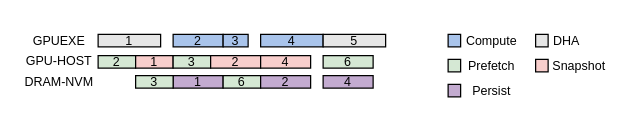
Before: fig/pipeline3.drawio in icszhr/NCheck, a draw.io diagram. Source tidied: cells renumbered, new cells numbered last; positions are measured from the earlier drawing's top-left corner, leaving out a move shared by most shapes. Both pictures are drawn from the tidied source at 125%, with x=0, y=0 at pixel (21, 34).
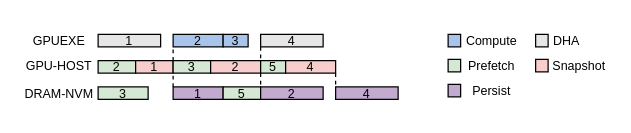
Above is the later version.

The change refers to these unchanged cells:
```xml
<mxCell id="3" value="&lt;p style=&quot;line-height: 100%; font-size: 10px;&quot;&gt;&lt;font style=&quot;font-size: 10px;&quot;&gt;2&lt;/font&gt;&lt;/p&gt;" style="whiteSpace=wrap;html=1;fillColor=#A9C4EB;fontSize=10;" parent="1" vertex="1">
  <mxGeometry x="121" width="40" height="10" as="geometry" />
</mxCell>
```

The edit, as a diff of the source:
```diff
@@
+    <mxCell id="32" style="edgeStyle=orthogonalEdgeStyle;rounded=0;jettySize=auto;html=1;exitX=0;exitY=1;exitDx=0;exitDy=0;entryX=0;entryY=0;entryDx=0;entryDy=0;dashed=1;endArrow=none;endFill=0;" parent="1" edge="1" source="4" target="28">
+      <mxGeometry relative="1" as="geometry" />
+    </mxCell>
-    <mxCell id="4" value="&lt;p style=&quot;line-height: 100%; font-size: 10px;&quot;&gt;&lt;font style=&quot;font-size: 10px;&quot;&gt;4&lt;/font&gt;&lt;/p&gt;" style="whiteSpace=wrap;html=1;fillColor=#A9C4EB;fontSize=10;" parent="1" vertex="1">
+    <mxCell id="4" value="&lt;p style=&quot;line-height: 100%; font-size: 10px;&quot;&gt;&lt;font style=&quot;font-size: 10px;&quot;&gt;4&lt;/font&gt;&lt;/p&gt;" style="whiteSpace=wrap;html=1;fillColor=#E6E6E6;fontSize=10;" parent="1" vertex="1">
       <mxGeometry x="191" width="50" height="10" as="geometry" />
     </mxCell>
     <mxCell id="5" value="&lt;p style=&quot;line-height: 100%; font-size: 10px;&quot;&gt;&lt;font style=&quot;font-size: 10px;&quot;&gt;2&lt;/font&gt;&lt;/p&gt;" style="whiteSpace=wrap;html=1;fillColor=#D5E8D4;fontSize=10;" parent="1" vertex="1">
-      <mxGeometry x="61" y="17" width="30" height="10" as="geometry" />
+      <mxGeometry x="61" y="21" width="30" height="10" as="geometry" />
     </mxCell>
+    <mxCell id="33" style="edgeStyle=orthogonalEdgeStyle;rounded=0;jettySize=auto;html=1;exitX=1;exitY=0;exitDx=0;exitDy=0;entryX=0;entryY=1;entryDx=0;entryDy=0;endArrow=none;endFill=0;dashed=1;" parent="1" edge="1" source="6" target="3">
+      <mxGeometry relative="1" as="geometry" />
+    </mxCell>
     <mxCell id="6" value="1" style="whiteSpace=wrap;html=1;fillColor=#F8CECC;fontSize=10;" parent="1" vertex="1">
-      <mxGeometry x="91" y="17" width="30" height="10" as="geometry" />
+      <mxGeometry x="91" y="21" width="30" height="10" as="geometry" />
     </mxCell>
@@
     <mxCell id="8" value="&lt;span style=&quot;font-size: 10px;&quot;&gt;GPU-HOST&lt;/span&gt;" style="text;html=1;align=center;verticalAlign=middle;whiteSpace=wrap;rounded=0;" parent="1" vertex="1">
-      <mxGeometry y="15.5" width="60" height="11" as="geometry" />
+      <mxGeometry y="19.5" width="60" height="11" as="geometry" />
     </mxCell>
     <mxCell id="9" value="&lt;font style=&quot;font-size: 10px;&quot;&gt;DRAM-NVM&lt;/font&gt;" style="text;html=1;align=center;verticalAlign=middle;whiteSpace=wrap;rounded=0;" parent="1" vertex="1">
-      <mxGeometry y="33.5" width="60" height="9" as="geometry" />
+      <mxGeometry y="42.5" width="60" height="9" as="geometry" />
     </mxCell>
@@
     <mxCell id="18" value="&lt;p style=&quot;line-height: 100%; font-size: 10px;&quot;&gt;&lt;font style=&quot;font-size: 10px;&quot;&gt;3&lt;/font&gt;&lt;/p&gt;" style="whiteSpace=wrap;html=1;fillColor=#D5E8D4;fontSize=10;" parent="1" vertex="1">
-      <mxGeometry x="121" y="17" width="30" height="10" as="geometry" />
+      <mxGeometry x="121" y="21" width="30" height="10" as="geometry" />
     </mxCell>
+    <mxCell id="34" style="edgeStyle=orthogonalEdgeStyle;rounded=0;jettySize=auto;html=1;exitX=0;exitY=0;exitDx=0;exitDy=0;entryX=0;entryY=1;entryDx=0;entryDy=0;endArrow=none;endFill=0;dashed=1;" parent="1" edge="1" source="19" target="18">
+      <mxGeometry relative="1" as="geometry" />
+    </mxCell>
     <mxCell id="19" value="1" style="whiteSpace=wrap;html=1;fillColor=#C3ABD0;fontSize=10;" parent="1" vertex="1">
-      <mxGeometry x="121" y="33" width="40" height="10" as="geometry" />
+      <mxGeometry x="121" y="42" width="40" height="10" as="geometry" />
     </mxCell>
@@
     <mxCell id="21" value="&lt;p style=&quot;line-height: 100%; font-size: 10px;&quot;&gt;&lt;font style=&quot;font-size: 10px;&quot;&gt;2&lt;/font&gt;&lt;/p&gt;" style="whiteSpace=wrap;html=1;fillColor=#F8CECC;fontSize=10;" parent="1" vertex="1">
-      <mxGeometry x="151" y="17" width="40" height="10" as="geometry" />
+      <mxGeometry x="151" y="21" width="40" height="10" as="geometry" />
     </mxCell>
@@
-    <mxCell id="24" value="&lt;p style=&quot;line-height: 100%; font-size: 10px;&quot;&gt;&lt;font style=&quot;font-size: 10px;&quot;&gt;6&lt;/font&gt;&lt;/p&gt;" style="whiteSpace=wrap;html=1;fillColor=#D5E8D4;fontSize=10;" parent="1" vertex="1">
-      <mxGeometry x="161" y="33" width="30" height="10" as="geometry" />
+    <mxCell id="24" value="&lt;p style=&quot;line-height: 100%; font-size: 10px;&quot;&gt;&lt;font style=&quot;font-size: 10px;&quot;&gt;5&lt;/font&gt;&lt;/p&gt;" style="whiteSpace=wrap;html=1;fillColor=#D5E8D4;fontSize=10;" parent="1" vertex="1">
+      <mxGeometry x="161" y="42" width="30" height="10" as="geometry" />
     </mxCell>
     <mxCell id="25" value="&lt;p style=&quot;line-height: 100%; font-size: 10px;&quot;&gt;&lt;font style=&quot;font-size: 10px;&quot;&gt;3&lt;/font&gt;&lt;/p&gt;" style="whiteSpace=wrap;html=1;fillColor=#D5E8D4;fontSize=10;" parent="1" vertex="1">
-      <mxGeometry x="91" y="33" width="30" height="10" as="geometry" />
+      <mxGeometry x="61" y="42" width="40" height="10" as="geometry" />
     </mxCell>
+    <mxCell id="27" value="2" style="whiteSpace=wrap;html=1;fillColor=#C3ABD0;fontSize=10;" parent="1" vertex="1">
+      <mxGeometry x="191" y="42" width="50" height="10" as="geometry" />
+    </mxCell>
+    <mxCell id="31" style="edgeStyle=orthogonalEdgeStyle;rounded=0;orthogonalLoop=1;jettySize=auto;html=1;exitX=0.5;exitY=1;exitDx=0;exitDy=0;" parent="1" edge="1" source="8" target="8">
+      <mxGeometry relative="1" as="geometry" />
+    </mxCell>
+    <mxCell id="35" style="edgeStyle=orthogonalEdgeStyle;rounded=0;jettySize=auto;html=1;exitX=0;exitY=1;exitDx=0;exitDy=0;entryX=0;entryY=0;entryDx=0;entryDy=0;endArrow=none;endFill=0;dashed=1;" parent="1" edge="1" source="28" target="27">
+      <mxGeometry relative="1" as="geometry" />
+    </mxCell>
+    <mxCell id="28" value="&lt;p style=&quot;line-height: 100%; font-size: 10px;&quot;&gt;&lt;font style=&quot;font-size: 10px;&quot;&gt;5&lt;/font&gt;&lt;/p&gt;" style="whiteSpace=wrap;html=1;fillColor=#D5E8D4;fontSize=10;" parent="1" vertex="1">
+      <mxGeometry x="191" y="21" width="20" height="10" as="geometry" />
+    </mxCell>
+    <mxCell id="36" style="edgeStyle=orthogonalEdgeStyle;rounded=0;jettySize=auto;html=1;exitX=1;exitY=1;exitDx=0;exitDy=0;entryX=0;entryY=0;entryDx=0;entryDy=0;dashed=1;endArrow=none;endFill=0;" parent="1" edge="1" source="26" target="30">
+      <mxGeometry relative="1" as="geometry" />
+    </mxCell>
-    <mxCell id="26" value="4" style="whiteSpace=wrap;html=1;fillColor=#F8CECC;fontSize=10;" parent="1" vertex="1">
-      <mxGeometry x="191" y="17" width="40" height="10" as="geometry" />
+    <mxCell id="26" value="&lt;p style=&quot;line-height: 100%; font-size: 10px;&quot;&gt;&lt;font style=&quot;font-size: 10px;&quot;&gt;4&lt;/font&gt;&lt;/p&gt;" style="whiteSpace=wrap;html=1;fillColor=#F8CECC;fontSize=10;" parent="1" vertex="1">
+      <mxGeometry x="211" y="21" width="40" height="10" as="geometry" />
     </mxCell>
-    <mxCell id="27" value="2" style="whiteSpace=wrap;html=1;fillColor=#C3ABD0;fontSize=10;" parent="1" vertex="1">
-      <mxGeometry x="191" y="33" width="40" height="10" as="geometry" />
-    </mxCell>
-    <mxCell id="28" value="&lt;p style=&quot;line-height: 100%; font-size: 10px;&quot;&gt;&lt;font style=&quot;font-size: 10px;&quot;&gt;5&lt;/font&gt;&lt;/p&gt;" style="whiteSpace=wrap;html=1;fillColor=#E6E6E6;fontSize=10;" parent="1" vertex="1">
-      <mxGeometry x="241" width="50" height="10" as="geometry" />
-    </mxCell>
-    <mxCell id="29" value="&lt;p style=&quot;line-height: 100%; font-size: 10px;&quot;&gt;&lt;font style=&quot;font-size: 10px;&quot;&gt;6&lt;/font&gt;&lt;/p&gt;" style="whiteSpace=wrap;html=1;fillColor=#D5E8D4;fontSize=10;" parent="1" vertex="1">
-      <mxGeometry x="241" y="17" width="40" height="10" as="geometry" />
-    </mxCell>
     <mxCell id="30" value="4" style="whiteSpace=wrap;html=1;fillColor=#C3ABD0;fontSize=10;" parent="1" vertex="1">
-      <mxGeometry x="241" y="33" width="40" height="10" as="geometry" />
+      <mxGeometry x="251" y="42" width="50" height="10" as="geometry" />
     </mxCell>
-    <mxCell id="31" style="edgeStyle=orthogonalEdgeStyle;rounded=0;orthogonalLoop=1;jettySize=auto;html=1;exitX=0.5;exitY=1;exitDx=0;exitDy=0;" parent="1" edge="1" source="8" target="8">
-      <mxGeometry relative="1" as="geometry" />
-    </mxCell>
```
